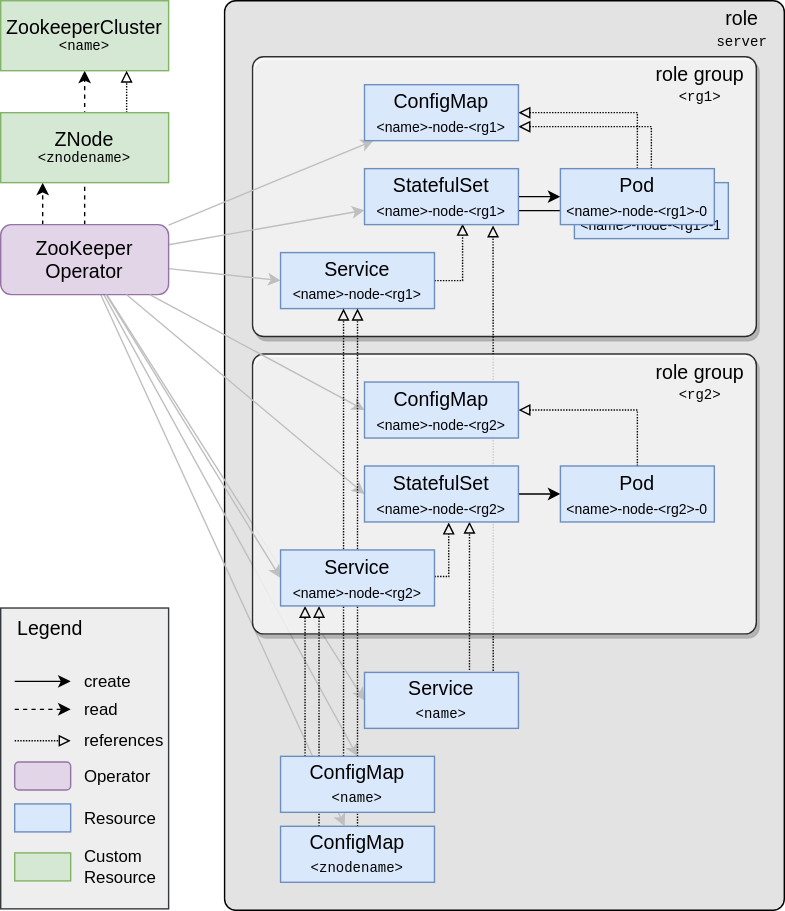
stackabletech/zookeeper-operator keeps this draw.io diagram as docs/modules/zookeeper/images/zookeeper_overview.drawio.svg. Above is the earlier version. Source tidied: cells renumbered, new cells last; positions are measured from the earlier drawing's top-left corner, leaving out a move shared by most shapes.
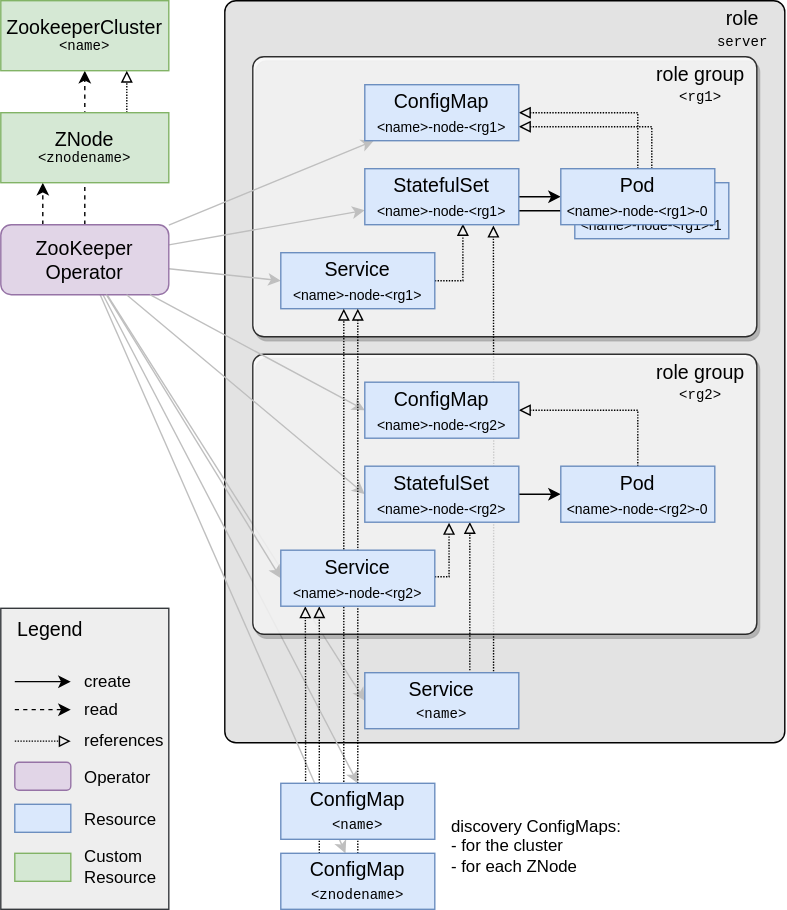
After the change.

Commit message:
Updated Operator Model

Diff of the diagram source:
```diff
@@ -3,7 +3,7 @@
     <mxCell id="0" />
     <mxCell id="1" parent="0" />
     <mxCell id="2" style="rounded=1;whiteSpace=wrap;html=1;align=left;verticalAlign=top;arcSize=2;fillColor=#E3E3E3;" parent="1" vertex="1">
-      <mxGeometry x="160" width="400" height="650" as="geometry" />
+      <mxGeometry x="160" width="400" height="530" as="geometry" />
     </mxCell>
     <mxCell id="3" style="rounded=1;whiteSpace=wrap;html=1;align=left;verticalAlign=top;glass=0;shadow=1;arcSize=4;opacity=80;" parent="1" vertex="1">
       <mxGeometry x="180" y="40" width="360" height="200" as="geometry" />
@@ -176,15 +176,13 @@
     <mxCell id="55" value="&lt;div&gt;ZNode&lt;/div&gt;&lt;div style=&quot;font-size: 10px;&quot;&gt;&lt;font style=&quot;font-size: 10px;&quot; face=&quot;Courier New&quot;&gt;&amp;lt;znodename&amp;gt;&lt;/font&gt;&lt;br&gt;&lt;/div&gt;" style="rounded=0;whiteSpace=wrap;html=1;fillColor=#d5e8d4;strokeColor=#82b366;fontSize=14;" parent="1" vertex="1">
       <mxGeometry y="80" width="120" height="50" as="geometry" />
     </mxCell>
-    <mxCell id="56" style="edgeStyle=orthogonalEdgeStyle;rounded=0;orthogonalLoop=1;jettySize=auto;html=1;exitX=0.25;exitY=0;exitDx=0;exitDy=0;entryX=0.25;entryY=1;entryDx=0;entryDy=0;dashed=1;dashPattern=1 1;endArrow=block;endFill=0;" parent="1" edge="1">
+    <mxCell id="56" style="edgeStyle=orthogonalEdgeStyle;rounded=0;jettySize=auto;html=1;exitX=0.161;exitY=-0.042;exitDx=0;exitDy=0;entryX=0.25;entryY=1;entryDx=0;entryDy=0;dashed=1;dashPattern=1 1;endArrow=block;endFill=0;exitPerimeter=0;" parent="1" edge="1" source="60">
       <mxGeometry relative="1" as="geometry">
-        <mxPoint x="217.5" y="540" as="sourcePoint" />
         <mxPoint x="217.5" y="432.5" as="targetPoint" />
       </mxGeometry>
     </mxCell>
-    <mxCell id="57" style="edgeStyle=orthogonalEdgeStyle;rounded=0;orthogonalLoop=1;jettySize=auto;html=1;exitX=0.5;exitY=0;exitDx=0;exitDy=0;entryX=0.5;entryY=1;entryDx=0;entryDy=0;dashed=1;endArrow=block;endFill=0;dashPattern=1 1;" parent="1" edge="1">
+    <mxCell id="57" style="edgeStyle=orthogonalEdgeStyle;rounded=0;jettySize=auto;html=1;exitX=0.409;exitY=0.025;exitDx=0;exitDy=0;entryX=0.5;entryY=1;entryDx=0;entryDy=0;dashed=1;endArrow=block;endFill=0;dashPattern=1 1;exitPerimeter=0;" parent="1" edge="1" source="60">
       <mxGeometry relative="1" as="geometry">
-        <mxPoint x="245" y="540" as="sourcePoint" />
         <mxPoint x="245" y="220" as="targetPoint" />
       </mxGeometry>
     </mxCell>
@@ -195,13 +193,16 @@
       <mxGeometry relative="1" as="geometry" />
     </mxCell>
     <mxCell id="60" value="&lt;div style=&quot;font-size: 14px;&quot;&gt;ConfigMap&lt;br&gt;&lt;font style=&quot;font-size: 10px;&quot; face=&quot;Courier New&quot;&gt;&amp;lt;name&amp;gt;&lt;/font&gt;&lt;br&gt;&lt;/div&gt;" style="rounded=0;whiteSpace=wrap;html=1;fillColor=#dae8fc;strokeColor=#6c8ebf;fontSize=14;" parent="1" vertex="1">
-      <mxGeometry x="200" y="540" width="110" height="40" as="geometry" />
+      <mxGeometry x="200" y="559" width="110" height="40" as="geometry" />
     </mxCell>
     <mxCell id="61" value="&lt;div style=&quot;font-size: 14px;&quot;&gt;ConfigMap&lt;br&gt;&lt;font style=&quot;font-size: 10px;&quot; face=&quot;Courier New&quot;&gt;&amp;lt;znodename&amp;gt;&lt;/font&gt;&lt;br&gt;&lt;/div&gt;" style="rounded=0;whiteSpace=wrap;html=1;fillColor=#dae8fc;strokeColor=#6c8ebf;fontSize=14;" parent="1" vertex="1">
-      <mxGeometry x="200" y="590" width="110" height="40" as="geometry" />
+      <mxGeometry x="200" y="609" width="110" height="40" as="geometry" />
     </mxCell>
     <mxCell id="62" value="Service&lt;br&gt;&lt;div&gt;&lt;font style=&quot;font-size: 10px;&quot;&gt;&amp;lt;name&amp;gt;-node-&amp;lt;rg2&amp;gt;&lt;/font&gt;&lt;/div&gt;" style="rounded=0;whiteSpace=wrap;html=1;fillColor=#dae8fc;strokeColor=#6c8ebf;fontSize=14;" parent="1" vertex="1">
       <mxGeometry x="200" y="392.5" width="110" height="40" as="geometry" />
     </mxCell>
+    <mxCell id="63" value="&lt;div align=&quot;left&quot;&gt;discovery ConfigMaps:&lt;/div&gt;&lt;div align=&quot;left&quot;&gt;- for the cluster&lt;/div&gt;&lt;div align=&quot;left&quot;&gt;- for each ZNode&lt;br&gt;&lt;/div&gt;" style="text;html=1;align=left;verticalAlign=middle;strokeColor=none;fillColor=none;" parent="1" vertex="1">
+      <mxGeometry x="320" y="574" width="140" height="60" as="geometry" />
+    </mxCell>
   </root>
 </mxGraphModel>
```
